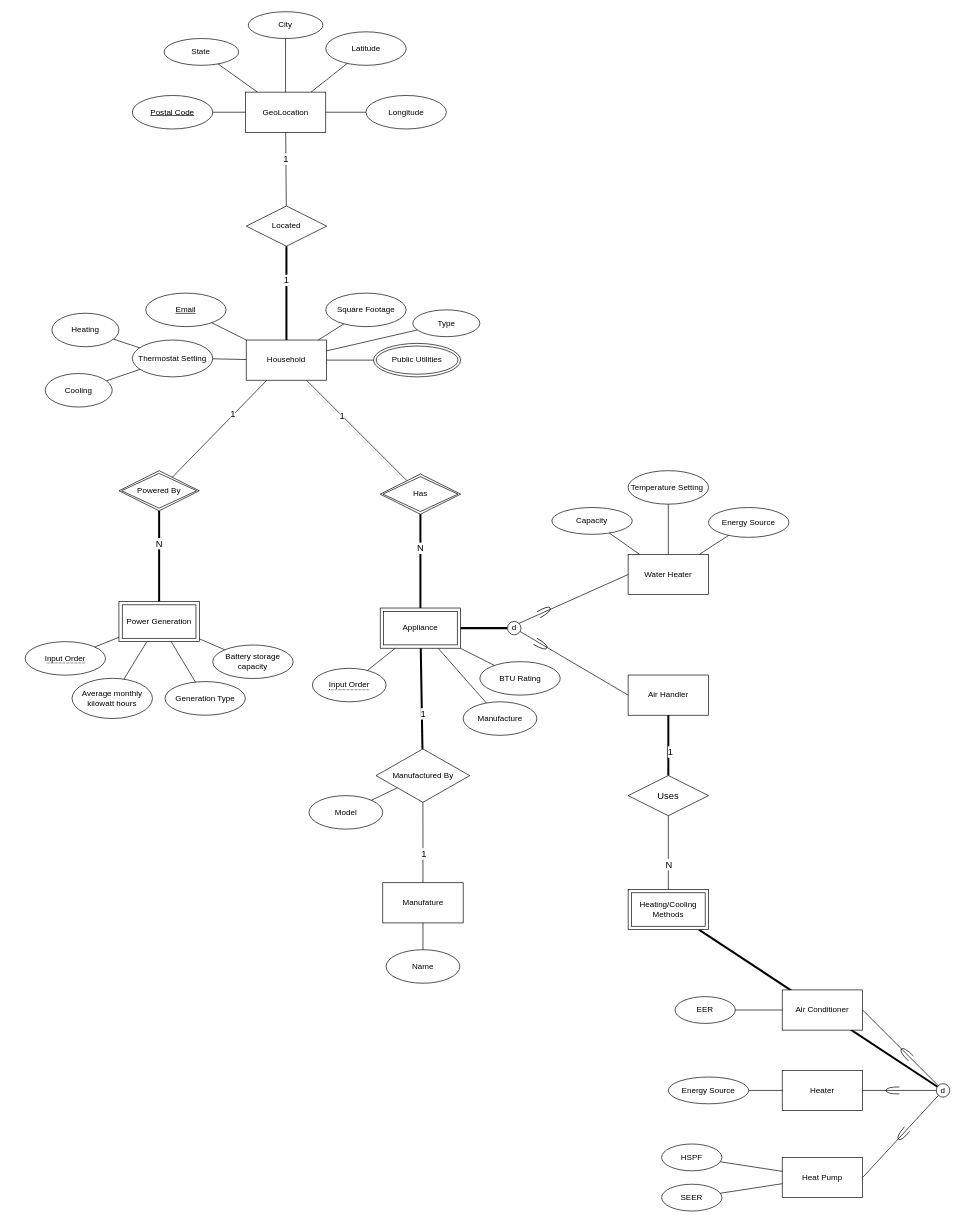
The draw.io diagram EER.drawio in isteven-shu/image-library, before the edit. Source tidied: cells renumbered, new cells numbered last; positions are measured from the earlier drawing's top-left corner, leaving out a move shared by most shapes. Both pictures are drawn from the tidied source at 67%, with x=0, y=0 at pixel (25, 11).
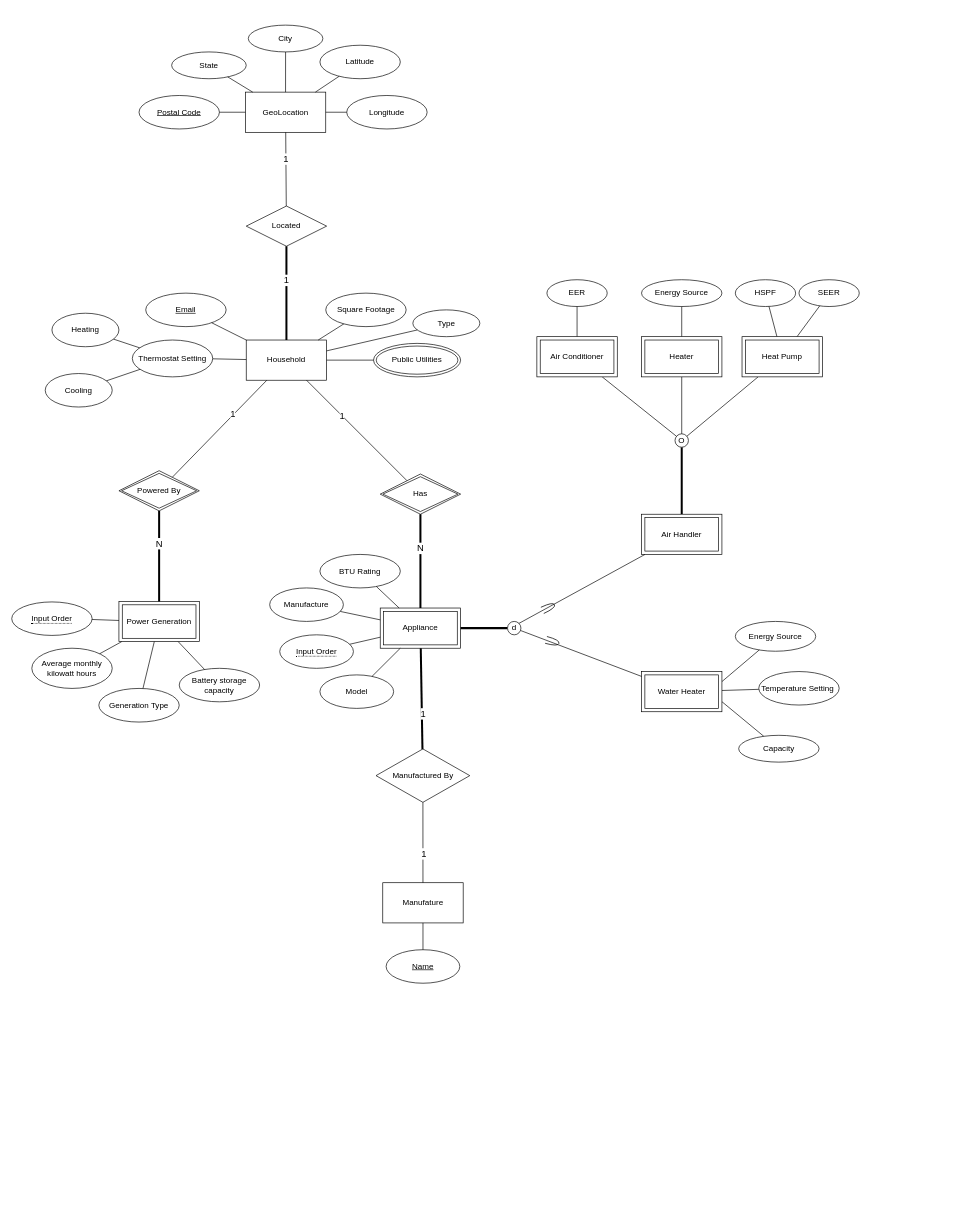
The same diagram, later.

The change refers to these unchanged cells:
```xml
<mxCell id="21" value="Appliance" style="shape=ext;margin=3;double=1;whiteSpace=wrap;html=1;align=center;" parent="1" vertex="1">
  <mxGeometry x="530" y="890" width="120" height="60" as="geometry" />
</mxCell>
<mxCell id="31" value="d" style="ellipse;whiteSpace=wrap;html=1;" parent="1" vertex="1">
  <mxGeometry x="720" y="910" width="20" height="20" as="geometry" />
</mxCell>
<mxCell id="102" value="Manufactured By" style="shape=rhombus;perimeter=rhombusPerimeter;whiteSpace=wrap;html=1;align=center;" parent="1" vertex="1">
  <mxGeometry x="523.7" y="1100.3" width="140" height="79.7" as="geometry" />
</mxCell>
```

What changed in the source:
```diff
@@
     <mxCell id="22" value="&lt;span style=&quot;border-bottom: 1px dotted&quot;&gt;Input Order&lt;/span&gt;" style="ellipse;whiteSpace=wrap;html=1;align=center;" parent="1" vertex="1">
-      <mxGeometry x="428.8" y="980" width="110" height="50" as="geometry" />
+      <mxGeometry x="380" y="930" width="110" height="50" as="geometry" />
     </mxCell>
@@
     <mxCell id="26" value="Manufacture" style="ellipse;whiteSpace=wrap;html=1;" parent="1" vertex="1">
-      <mxGeometry x="653.8" y="1030" width="110" height="50" as="geometry" />
+      <mxGeometry x="365" y="860" width="110" height="50" as="geometry" />
     </mxCell>
@@
     <mxCell id="28" value="BTU Rating" style="ellipse;whiteSpace=wrap;html=1;" parent="1" vertex="1">
-      <mxGeometry x="678.7" y="970" width="120" height="50" as="geometry" />
+      <mxGeometry x="440" y="810" width="120" height="50" as="geometry" />
     </mxCell>
@@
-    <mxCell id="32" value="Water Heater" style="rounded=0;whiteSpace=wrap;html=1;" parent="1" vertex="1">
-      <mxGeometry x="900" y="810" width="120" height="60" as="geometry" />
-    </mxCell>
-    <mxCell id="33" value="Air Handler" style="rounded=0;whiteSpace=wrap;html=1;" parent="1" vertex="1">
-      <mxGeometry x="900" y="990" width="120" height="60" as="geometry" />
-    </mxCell>
     <mxCell id="34" value="Capacity" style="ellipse;whiteSpace=wrap;html=1;" parent="1" vertex="1">
-      <mxGeometry x="786.2" y="740" width="120" height="40" as="geometry" />
+      <mxGeometry x="1065" y="1080" width="120" height="40" as="geometry" />
     </mxCell>
     <mxCell id="35" value="Temperature Setting&amp;nbsp;" style="ellipse;whiteSpace=wrap;html=1;" parent="1" vertex="1">
-      <mxGeometry x="900" y="685" width="120" height="50" as="geometry" />
+      <mxGeometry x="1095" y="984.8" width="120" height="50" as="geometry" />
     </mxCell>
     <mxCell id="36" value="Energy Source" style="ellipse;whiteSpace=wrap;html=1;" parent="1" vertex="1">
-      <mxGeometry x="1020" y="740" width="120" height="44.5" as="geometry" />
+      <mxGeometry x="1060" y="910" width="120" height="44.5" as="geometry" />
     </mxCell>
-    <mxCell id="37" style="endArrow=none;html=1;rounded=0;" parent="1" edge="1" source="34" target="32">
+    <mxCell id="37" style="endArrow=none;html=1;rounded=0;entryX=1;entryY=0.75;entryDx=0;entryDy=0;" parent="1" edge="1" source="34" target="32">
       <mxGeometry relative="1" as="geometry" />
     </mxCell>
@@
-    <mxCell id="39" style="endArrow=none;html=1;rounded=0;" parent="1" edge="1" source="36" target="32">
+    <mxCell id="39" style="endArrow=none;html=1;rounded=0;entryX=1;entryY=0.25;entryDx=0;entryDy=0;" parent="1" edge="1" source="36" target="32">
       <mxGeometry relative="1" as="geometry" />
     </mxCell>
-    <mxCell id="40" style="group;" parent="1" vertex="1">
-      <mxGeometry x="763.8" y="885.7" width="22.4" height="18.8" as="geometry" />
+    <mxCell id="40" style="group;rotation=5;" parent="1" vertex="1">
+      <mxGeometry x="770" y="880.2" width="22.4" height="18.8" as="geometry" />
     </mxCell>
-    <mxCell id="41" style="shape=requiredInterface;html=1;verticalLabelPosition=bottom;sketch=0;labelBackgroundColor=#FFFFFF;fontSize=14;rotation=-30;" parent="40" vertex="1">
-      <mxGeometry x="1.2" y="4.3" width="20" height="10.2" as="geometry" />
+    <mxCell id="41" style="shape=requiredInterface;html=1;verticalLabelPosition=bottom;sketch=0;labelBackgroundColor=#FFFFFF;fontSize=14;rotation=-25;" parent="40" vertex="1">
+      <mxGeometry x="1" y="4" width="20" height="10.2" as="geometry" />
     </mxCell>
-    <mxCell id="42" style="endArrow=none;html=1;rounded=0;exitX=0;exitY=0.5;exitDx=0;exitDy=0;entryX=1;entryY=0;entryDx=0;entryDy=0;" parent="40" edge="1" source="32" target="31">
-      <mxGeometry relative="1" as="geometry" />
-    </mxCell>
-    <mxCell id="43" style="group;" parent="1" vertex="1">
-      <mxGeometry x="758.7" y="935.2" width="22.6" height="19.1" as="geometry" />
+    <mxCell id="43" style="group;rotation=-15;" parent="1" vertex="1">
+      <mxGeometry x="776.1" y="930.9" width="22.6" height="19.1" as="geometry" />
     </mxCell>
-    <mxCell id="44" style="endArrow=none;html=1;rounded=0;exitX=0;exitY=0.5;exitDx=0;exitDy=0;" parent="43" edge="1" source="33" target="31">
-      <mxGeometry relative="1" as="geometry" />
-    </mxCell>
-    <mxCell id="45" style="shape=requiredInterface;html=1;verticalLabelPosition=bottom;sketch=0;labelBackgroundColor=#FFFFFF;fontSize=14;rotation=30;" parent="43" vertex="1">
-      <mxGeometry x="1.3" y="4.3" width="20" height="10.5" as="geometry" />
+    <mxCell id="45" style="shape=requiredInterface;html=1;verticalLabelPosition=bottom;sketch=0;labelBackgroundColor=#FFFFFF;fontSize=14;rotation=15;" parent="43" vertex="1">
+      <mxGeometry x="1" y="4" width="20" height="10.5" as="geometry" />
     </mxCell>
-    <mxCell id="46" value="Uses" style="shape=rhombus;perimeter=rhombusPerimeter;whiteSpace=wrap;html=1;align=center;labelBackgroundColor=#FFFFFF;fontSize=14;" parent="1" vertex="1">
-      <mxGeometry x="900" y="1140" width="120" height="60" as="geometry" />
-    </mxCell>
-    <mxCell id="47" style="endArrow=none;html=1;rounded=0;strokeWidth=3;" parent="1" edge="1" source="33" target="46">
-      <mxGeometry relative="1" as="geometry" />
-    </mxCell>
-    <mxCell id="48" value="1" style="edgeLabel;html=1;align=center;verticalAlign=middle;fontSize=14;" parent="47" vertex="1">
-      <mxGeometry x="0.2" y="2" relative="1" as="geometry" />
-    </mxCell>
-    <mxCell id="49" style="endArrow=none;html=1;rounded=0;" parent="1" edge="1" source="46" target="82">
-      <mxGeometry relative="1" as="geometry" />
-    </mxCell>
-    <mxCell id="50" value="N" style="edgeLabel;html=1;align=center;verticalAlign=middle;fontSize=14;" parent="49" vertex="1">
-      <mxGeometry x="0.31" relative="1" as="geometry" />
-    </mxCell>
-    <mxCell id="51" style="endArrow=none;html=1;rounded=0;strokeWidth=3;" parent="1" edge="1" source="82" target="52">
+    <mxCell id="51" style="endArrow=none;html=1;rounded=0;strokeWidth=3;" parent="1" edge="1" source="33" target="52">
       <mxGeometry relative="1" as="geometry" />
     </mxCell>
-    <mxCell id="52" value="d" style="ellipse;whiteSpace=wrap;html=1;" parent="1" vertex="1">
-      <mxGeometry x="1360" y="1600" width="20" height="20" as="geometry" />
+    <mxCell id="52" value="O" style="ellipse;whiteSpace=wrap;html=1;" parent="1" vertex="1">
+      <mxGeometry x="970" y="630" width="20" height="20" as="geometry" />
     </mxCell>
-    <mxCell id="53" value="Air Conditioner" style="rounded=0;whiteSpace=wrap;html=1;" parent="1" vertex="1">
-      <mxGeometry x="1130" y="1460" width="120" height="60" as="geometry" />
-    </mxCell>
-    <mxCell id="54" value="Heater" style="rounded=0;whiteSpace=wrap;html=1;" parent="1" vertex="1">
-      <mxGeometry x="1130" y="1580" width="120" height="60" as="geometry" />
-    </mxCell>
-    <mxCell id="55" value="Heat Pump" style="rounded=0;whiteSpace=wrap;html=1;" parent="1" vertex="1">
-      <mxGeometry x="1130" y="1710" width="120" height="60" as="geometry" />
-    </mxCell>
-    <mxCell id="56" style="endArrow=none;html=1;rounded=0;entryX=1;entryY=0.5;entryDx=0;entryDy=0;" parent="1" edge="1" source="52" target="53">
+    <mxCell id="56" style="endArrow=none;html=1;rounded=0;" parent="1" edge="1" source="52" target="53">
       <mxGeometry relative="1" as="geometry" />
     </mxCell>
@@
-    <mxCell id="58" style="endArrow=none;html=1;rounded=0;entryX=1;entryY=0.5;entryDx=0;entryDy=0;" parent="1" edge="1" source="52" target="55">
+    <mxCell id="58" style="endArrow=none;html=1;rounded=0;" parent="1" edge="1" source="52" target="55">
       <mxGeometry relative="1" as="geometry" />
     </mxCell>
-    <mxCell id="59" style="shape=requiredInterface;html=1;verticalLabelPosition=bottom;sketch=0;labelBackgroundColor=#FFFFFF;fontSize=14;rotation=-135;" parent="1" vertex="1">
-      <mxGeometry x="1305" y="1550" width="20" height="10.5" as="geometry" />
-    </mxCell>
-    <mxCell id="60" style="shape=requiredInterface;html=1;verticalLabelPosition=bottom;sketch=0;labelBackgroundColor=#FFFFFF;fontSize=14;rotation=-180;" parent="1" vertex="1">
-      <mxGeometry x="1285" y="1604.8" width="20" height="10.5" as="geometry" />
-    </mxCell>
-    <mxCell id="61" style="shape=requiredInterface;html=1;verticalLabelPosition=bottom;sketch=0;labelBackgroundColor=#FFFFFF;fontSize=14;rotation=-230;" parent="1" vertex="1">
-      <mxGeometry x="1300" y="1670" width="20" height="10.5" as="geometry" />
-    </mxCell>
     <mxCell id="62" value="EER" style="ellipse;whiteSpace=wrap;html=1;" parent="1" vertex="1">
-      <mxGeometry x="970" y="1470" width="90" height="40" as="geometry" />
+      <mxGeometry x="778.8" y="400" width="90" height="40" as="geometry" />
     </mxCell>
@@
     <mxCell id="64" value="Energy Source" style="ellipse;whiteSpace=wrap;html=1;" parent="1" vertex="1">
-      <mxGeometry x="960" y="1590" width="120" height="40" as="geometry" />
+      <mxGeometry x="920" y="400" width="120" height="40" as="geometry" />
     </mxCell>
@@
     <mxCell id="66" value="SEER" style="ellipse;whiteSpace=wrap;html=1;" parent="1" vertex="1">
-      <mxGeometry x="950" y="1750" width="90" height="40" as="geometry" />
+      <mxGeometry x="1155" y="400" width="90" height="40" as="geometry" />
     </mxCell>
     <mxCell id="67" value="HSPF" style="ellipse;whiteSpace=wrap;html=1;" parent="1" vertex="1">
-      <mxGeometry x="950" y="1690" width="90" height="40" as="geometry" />
+      <mxGeometry x="1060" y="400" width="90" height="40" as="geometry" />
     </mxCell>
@@
     <mxCell id="76" value="&lt;span style=&quot;border-bottom: 1px dotted&quot;&gt;Input Order&lt;/span&gt;" style="ellipse;whiteSpace=wrap;html=1;align=center;" parent="1" vertex="1">
-      <mxGeometry y="940.2" width="120" height="50" as="geometry" />
+      <mxGeometry x="-20" y="880.9" width="120" height="50" as="geometry" />
     </mxCell>
     <mxCell id="77" value="Average monthly&lt;br/&gt;kilowatt hours&lt;br/&gt;" style="ellipse;whiteSpace=wrap;html=1;" parent="1" vertex="1">
-      <mxGeometry x="70" y="994.9" width="120" height="60" as="geometry" />
+      <mxGeometry x="10" y="950" width="120" height="60" as="geometry" />
     </mxCell>
     <mxCell id="78" value="Battery storage&lt;br/&gt;capacity" style="ellipse;whiteSpace=wrap;html=1;" parent="1" vertex="1">
-      <mxGeometry x="280" y="945.2" width="120" height="50" as="geometry" />
+      <mxGeometry x="230" y="980" width="120" height="50" as="geometry" />
     </mxCell>
@@
-    <mxCell id="82" value="Heating/Cooling Methods" style="shape=ext;margin=3;double=1;whiteSpace=wrap;html=1;align=center;" parent="1" vertex="1">
-      <mxGeometry x="900" y="1310" width="120" height="60" as="geometry" />
-    </mxCell>
     <mxCell id="83" value="Generation Type" style="ellipse;whiteSpace=wrap;html=1;" parent="1" vertex="1">
-      <mxGeometry x="208.7" y="999.8" width="120" height="50.2" as="geometry" />
+      <mxGeometry x="110" y="1010" width="120" height="50.2" as="geometry" />
     </mxCell>
@@
     <mxCell id="91" value="&lt;u&gt;Postal Code&lt;/u&gt;" style="ellipse;whiteSpace=wrap;html=1;" parent="1" vertex="1">
-      <mxGeometry x="160" y="125" width="120" height="50" as="geometry" />
+      <mxGeometry x="170" y="125" width="120" height="50" as="geometry" />
     </mxCell>
@@
     <mxCell id="93" value="State" style="ellipse;whiteSpace=wrap;html=1;" parent="1" vertex="1">
-      <mxGeometry x="207.4" y="40" width="111.3" height="40" as="geometry" />
+      <mxGeometry x="218.7" y="60" width="111.3" height="40" as="geometry" />
     </mxCell>
     <mxCell id="94" value="City" style="ellipse;whiteSpace=wrap;html=1;" parent="1" vertex="1">
-      <mxGeometry x="333.1" width="111.3" height="40" as="geometry" />
+      <mxGeometry x="333.1" y="20" width="111.3" height="40" as="geometry" />
     </mxCell>
     <mxCell id="95" value="Latitude" style="ellipse;whiteSpace=wrap;html=1;" parent="1" vertex="1">
-      <mxGeometry x="448.7" y="30" width="120" height="50" as="geometry" />
+      <mxGeometry x="440" y="50" width="120" height="50" as="geometry" />
     </mxCell>
     <mxCell id="96" value="Longitude" style="ellipse;whiteSpace=wrap;html=1;" parent="1" vertex="1">
-      <mxGeometry x="508.7" y="125" width="120" height="50" as="geometry" />
+      <mxGeometry x="480" y="125" width="120" height="50" as="geometry" />
     </mxCell>
@@
-    <mxCell id="107" value="Name" style="ellipse;whiteSpace=wrap;html=1;" parent="1" vertex="1">
+    <mxCell id="107" value="&lt;u&gt;Name&lt;/u&gt;" style="ellipse;whiteSpace=wrap;html=1;" parent="1" vertex="1">
       <mxGeometry x="538.8" y="1400" width="110" height="50" as="geometry" />
     </mxCell>
@@
     <mxCell id="109" value="Model" style="ellipse;whiteSpace=wrap;html=1;" parent="1" vertex="1">
-      <mxGeometry x="423.7" y="1170" width="110" height="50" as="geometry" />
+      <mxGeometry x="440" y="989.8" width="110" height="50" as="geometry" />
     </mxCell>
-    <mxCell id="110" style="endArrow=none;html=1;rounded=0;" parent="1" edge="1" source="109" target="102">
+    <mxCell id="110" style="endArrow=none;html=1;rounded=0;" parent="1" edge="1" source="109" target="21">
       <mxGeometry relative="1" as="geometry" />
     </mxCell>
+    <mxCell id="32" value="Water Heater" style="shape=ext;margin=3;double=1;whiteSpace=wrap;html=1;align=center;" parent="1" vertex="1">
+      <mxGeometry x="920" y="984.8" width="120" height="60" as="geometry" />
+    </mxCell>
+    <mxCell id="33" value="Air Handler" style="shape=ext;margin=3;double=1;whiteSpace=wrap;html=1;align=center;" parent="1" vertex="1">
+      <mxGeometry x="920" y="750" width="120" height="60" as="geometry" />
+    </mxCell>
+    <mxCell id="111" style="endArrow=none;html=1;rounded=0;entryX=1;entryY=0;entryDx=0;entryDy=0;" parent="1" edge="1" source="33" target="31">
+      <mxGeometry relative="1" as="geometry" />
+    </mxCell>
+    <mxCell id="44" style="endArrow=none;html=1;rounded=0;" parent="1" edge="1" source="32" target="31">
+      <mxGeometry relative="1" as="geometry" />
+    </mxCell>
+    <mxCell id="53" value="Air Conditioner" style="shape=ext;margin=3;double=1;whiteSpace=wrap;html=1;align=center;" parent="1" vertex="1">
+      <mxGeometry x="763.8" y="485" width="120" height="60" as="geometry" />
+    </mxCell>
+    <mxCell id="54" value="Heater" style="shape=ext;margin=3;double=1;whiteSpace=wrap;html=1;align=center;" parent="1" vertex="1">
+      <mxGeometry x="920" y="485" width="120" height="60" as="geometry" />
+    </mxCell>
+    <mxCell id="55" value="Heat Pump" style="shape=ext;margin=3;double=1;whiteSpace=wrap;html=1;align=center;" parent="1" vertex="1">
+      <mxGeometry x="1070" y="485" width="120" height="60" as="geometry" />
+    </mxCell>
```
